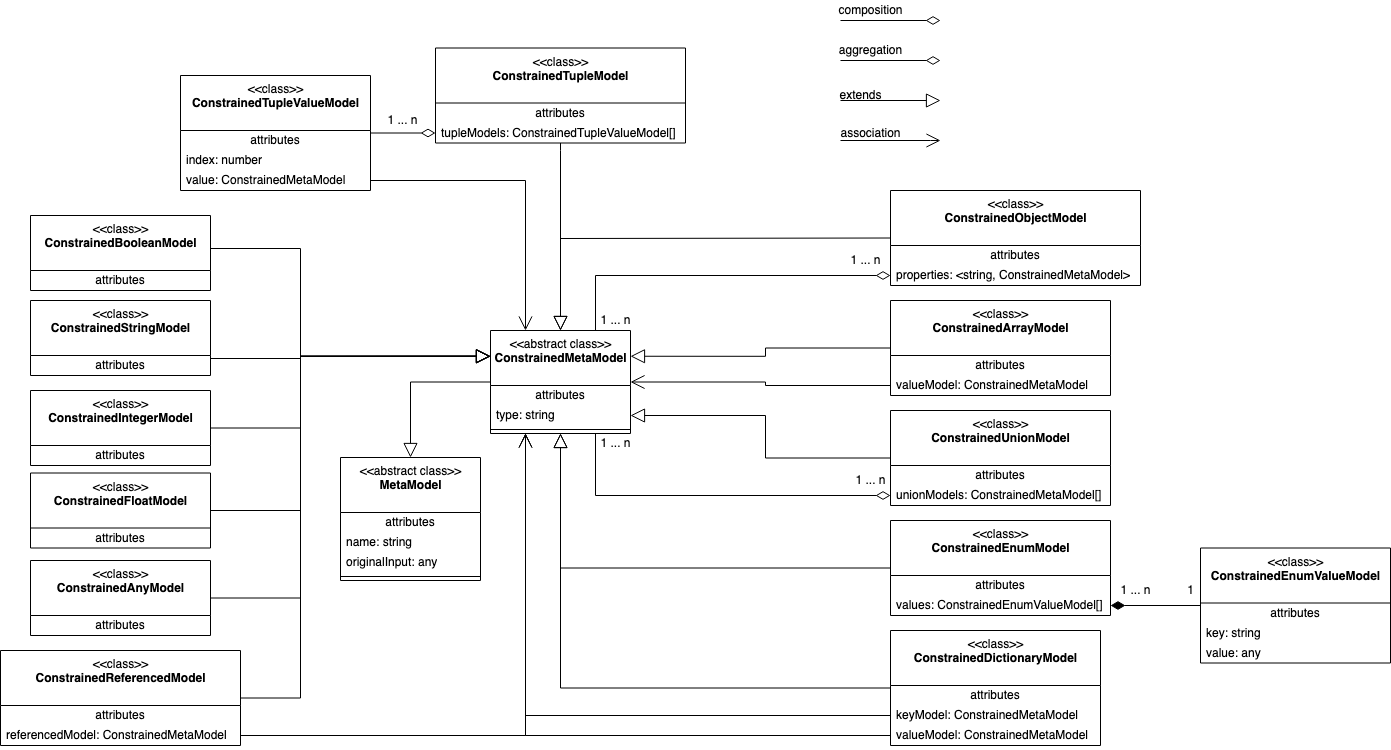
Earlier version of the draw.io export docs/img/ConstrainedMetaModel.png (asyncapi/modelina). Source tidied: cells renumbered, new cells last; positions are measured from the earlier drawing's top-left corner, leaving out a move shared by most shapes.
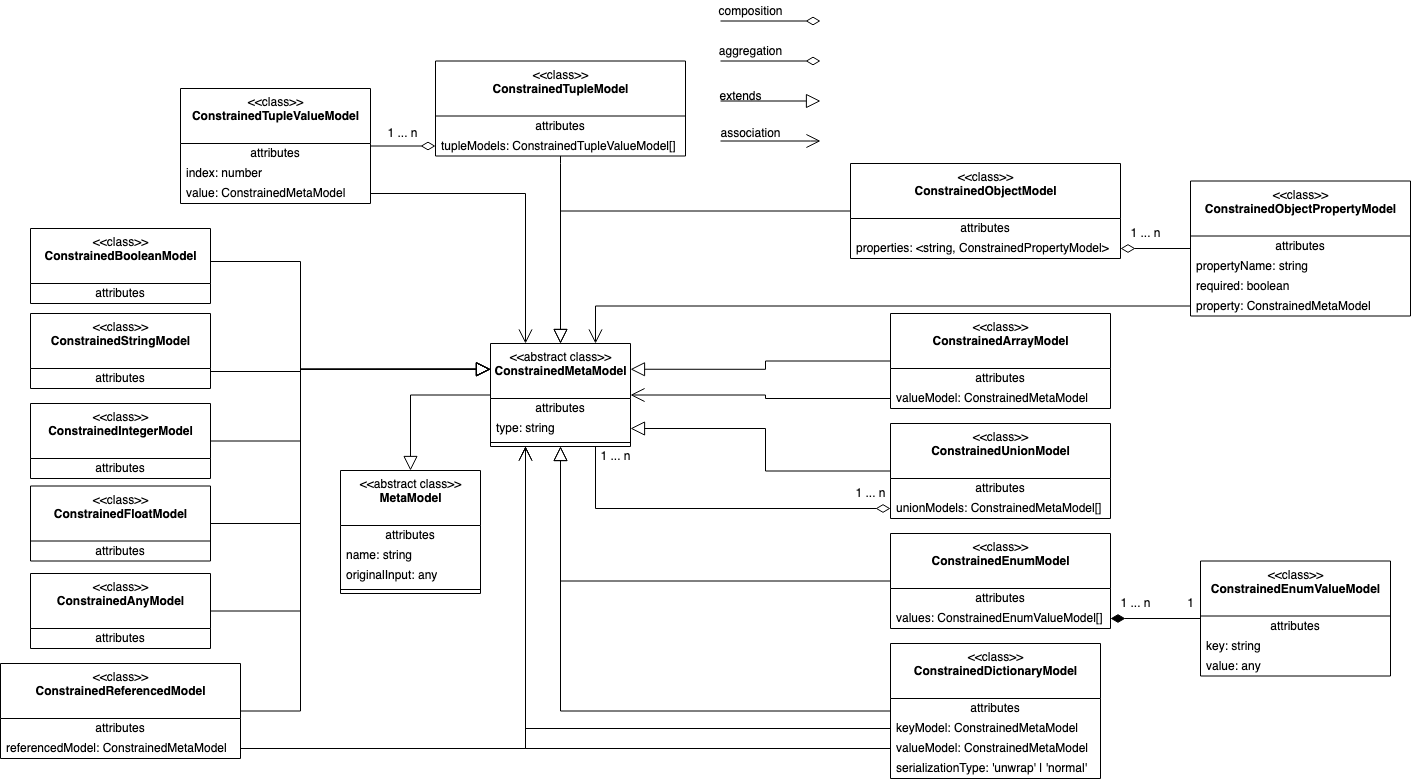
Later version of the same file.

Change to the diagram source:
```diff
@@ -21,7 +21,7 @@
       <mxGeometry relative="1" as="geometry" />
     </mxCell>
     <mxCell id="8" value="&amp;lt;&amp;lt;class&amp;gt;&amp;gt;&lt;br&gt;&lt;b&gt;&lt;b&gt;&lt;b&gt;Constrained&lt;/b&gt;&lt;/b&gt;DictionaryModel&lt;/b&gt;" style="swimlane;fontStyle=0;align=center;verticalAlign=top;horizontal=1;startSize=55;html=1;" parent="1" vertex="1">
-      <mxGeometry x="890" y="630" width="210" height="115" as="geometry" />
+      <mxGeometry x="890" y="630" width="210" height="135" as="geometry" />
     </mxCell>
     <mxCell id="9" value="attributes" style="text;html=1;strokeColor=none;fillColor=none;align=center;verticalAlign=middle;spacingLeft=4;spacingRight=4;overflow=hidden;" parent="8" vertex="1">
       <mxGeometry y="55" width="210" height="20" as="geometry" />
@@ -32,6 +32,9 @@
     <mxCell id="11" value="valueModel: ConstrainedMetaModel" style="text;html=1;strokeColor=none;fillColor=none;align=left;verticalAlign=middle;spacingLeft=4;spacingRight=4;overflow=hidden;points=[[0,0.5],[1,0.5]];portConstraint=eastwest;" parent="8" vertex="1">
       <mxGeometry y="95" width="210" height="20" as="geometry" />
     </mxCell>
+    <mxCell id="88" value="serializationType: 'unwrap' | 'normal'" style="text;html=1;strokeColor=none;fillColor=none;align=left;verticalAlign=middle;spacingLeft=4;spacingRight=4;overflow=hidden;" parent="8" vertex="1">
+      <mxGeometry y="115" width="210" height="20" as="geometry" />
+    </mxCell>
     <mxCell id="12" style="edgeStyle=orthogonalEdgeStyle;rounded=0;jettySize=auto;html=1;endArrow=block;endFill=0;entryX=0.5;entryY=0;entryDx=0;entryDy=0;startArrow=none;exitX=0.5;exitY=1;exitDx=0;exitDy=0;endSize=12;startSize=12;" parent="1" edge="1" source="50" target="3">
       <mxGeometry relative="1" as="geometry">
         <Array as="points">
@@ -43,19 +46,18 @@
     <mxCell id="13" style="edgeStyle=orthogonalEdgeStyle;rounded=0;jumpStyle=arc;jettySize=auto;html=1;entryX=0.5;entryY=0;entryDx=0;entryDy=0;endArrow=block;endFill=0;exitX=0;exitY=0.5;exitDx=0;exitDy=0;endSize=12;startSize=12;" parent="1" edge="1" source="14" target="3">
       <mxGeometry relative="1" as="geometry">
         <Array as="points">
-          <mxPoint x="590" y="238" />
-          <mxPoint x="560" y="238" />
+          <mxPoint x="560" y="198" />
         </Array>
       </mxGeometry>
     </mxCell>
     <mxCell id="14" value="&amp;lt;&amp;lt;class&amp;gt;&amp;gt;&lt;br&gt;&lt;b&gt;&lt;b&gt;&lt;b&gt;Constrained&lt;/b&gt;&lt;/b&gt;ObjectModel&lt;/b&gt;" style="swimlane;fontStyle=0;align=center;verticalAlign=top;horizontal=1;startSize=55;html=1;" parent="1" vertex="1">
-      <mxGeometry x="890" y="190" width="250" height="95" as="geometry" />
+      <mxGeometry x="850" y="150" width="270" height="95" as="geometry" />
     </mxCell>
     <mxCell id="15" value="attributes" style="text;html=1;strokeColor=none;fillColor=none;align=center;verticalAlign=middle;spacingLeft=4;spacingRight=4;overflow=hidden;" parent="14" vertex="1">
-      <mxGeometry y="55" width="250" height="20" as="geometry" />
+      <mxGeometry y="55" width="270" height="20" as="geometry" />
     </mxCell>
-    <mxCell id="16" value="properties: &amp;lt;string, ConstrainedMetaModel&amp;gt;" style="text;html=1;strokeColor=none;fillColor=none;align=left;verticalAlign=middle;spacingLeft=4;spacingRight=4;overflow=hidden;points=[[0,0.5],[1,0.5]];portConstraint=eastwest;" parent="14" vertex="1">
-      <mxGeometry y="75" width="250" height="20" as="geometry" />
+    <mxCell id="16" value="properties: &amp;lt;string, ConstrainedPropertyModel&amp;gt;" style="text;html=1;strokeColor=none;fillColor=none;align=left;verticalAlign=middle;spacingLeft=4;spacingRight=4;overflow=hidden;points=[[0,0.5],[1,0.5]];portConstraint=eastwest;" parent="14" vertex="1">
+      <mxGeometry y="75" width="270" height="20" as="geometry" />
     </mxCell>
     <mxCell id="17" style="edgeStyle=orthogonalEdgeStyle;rounded=0;jettySize=auto;html=1;endArrow=block;endFill=0;entryX=0;entryY=0.25;entryDx=0;entryDy=0;endSize=12;startSize=12;" parent="1" edge="1" source="18" target="3">
       <mxGeometry relative="1" as="geometry">
@@ -145,7 +147,7 @@
     <mxCell id="42" value="valueModel: ConstrainedMetaModel" style="text;html=1;strokeColor=none;fillColor=none;align=left;verticalAlign=middle;spacingLeft=4;spacingRight=4;overflow=hidden;points=[[0,0.5],[1,0.5]];portConstraint=eastwest;" parent="40" vertex="1">
       <mxGeometry y="75" width="220" height="20" as="geometry" />
     </mxCell>
-    <mxCell id="43" style="edgeStyle=orthogonalEdgeStyle;rounded=0;jettySize=auto;html=1;exitX=0;exitY=0.5;exitDx=0;exitDy=0;endArrow=none;endFill=0;startArrow=diamondThin;startFill=0;endSize=12;startSize=12;entryX=0.75;entryY=0;entryDx=0;entryDy=0;" parent="1" edge="1" source="16" target="3">
+    <mxCell id="43" style="edgeStyle=orthogonalEdgeStyle;rounded=0;jettySize=auto;html=1;exitX=1;exitY=0.5;exitDx=0;exitDy=0;endArrow=none;endFill=0;startArrow=diamondThin;startFill=0;endSize=12;startSize=12;" parent="1" edge="1" source="16" target="89">
       <mxGeometry relative="1" as="geometry" />
     </mxCell>
     <mxCell id="44" style="edgeStyle=orthogonalEdgeStyle;rounded=0;jettySize=auto;html=1;endArrow=none;endFill=0;startSize=12;endSize=12;exitX=0;exitY=0.5;exitDx=0;exitDy=0;startArrow=diamondThin;startFill=0;" parent="1" edge="1" source="52" target="35">
@@ -197,25 +199,25 @@
     </mxCell>
     <mxCell id="58" style="edgeStyle=orthogonalEdgeStyle;rounded=0;jumpStyle=arc;orthogonalLoop=1;jettySize=auto;html=1;endArrow=block;endFill=0;endSize=12;startSize=12;" parent="1" edge="1">
       <mxGeometry relative="1" as="geometry">
-        <mxPoint x="840" y="100" as="sourcePoint" />
-        <mxPoint x="940" y="100" as="targetPoint" />
+        <mxPoint x="720" y="87.5" as="sourcePoint" />
+        <mxPoint x="820" y="87.5" as="targetPoint" />
         <Array as="points">
-          <mxPoint x="880" y="100" />
-          <mxPoint x="880" y="100" />
+          <mxPoint x="760" y="87.5" />
+          <mxPoint x="760" y="87.5" />
         </Array>
       </mxGeometry>
     </mxCell>
     <mxCell id="59" value="extends" style="text;html=1;align=center;verticalAlign=middle;strokeColor=none;fillColor=none;" parent="1" vertex="1">
-      <mxGeometry x="830" y="85" width="60" height="20" as="geometry" />
+      <mxGeometry x="710" y="72.5" width="60" height="20" as="geometry" />
     </mxCell>
     <mxCell id="60" style="edgeStyle=orthogonalEdgeStyle;rounded=0;orthogonalLoop=1;jettySize=auto;html=1;endArrow=none;endFill=0;startArrow=diamondThin;startFill=0;endSize=12;startSize=12;" parent="1" edge="1">
       <mxGeometry relative="1" as="geometry">
-        <mxPoint x="940" y="60" as="sourcePoint" />
-        <mxPoint x="840" y="60" as="targetPoint" />
+        <mxPoint x="820" y="47.5" as="sourcePoint" />
+        <mxPoint x="720" y="47.5" as="targetPoint" />
       </mxGeometry>
     </mxCell>
     <mxCell id="61" value="aggregation" style="text;html=1;align=center;verticalAlign=middle;strokeColor=none;fillColor=none;" parent="1" vertex="1">
-      <mxGeometry x="830" y="40" width="80" height="20" as="geometry" />
+      <mxGeometry x="710" y="27.5" width="80" height="20" as="geometry" />
     </mxCell>
     <mxCell id="62" style="edgeStyle=orthogonalEdgeStyle;rounded=0;jettySize=auto;html=1;exitX=1;exitY=0.5;exitDx=0;exitDy=0;entryX=0.25;entryY=1;entryDx=0;entryDy=0;endArrow=open;endFill=0;" parent="1" edge="1" source="57" target="3">
       <mxGeometry relative="1" as="geometry" />
@@ -226,36 +228,33 @@
     <mxCell id="64" value="1 ... n" style="text;html=1;align=center;verticalAlign=middle;strokeColor=none;fillColor=none;" parent="1" vertex="1">
       <mxGeometry x="590" y="433" width="50" height="20" as="geometry" />
     </mxCell>
-    <mxCell id="65" value="1 ... n" style="text;html=1;align=center;verticalAlign=middle;strokeColor=none;fillColor=none;" parent="1" vertex="1">
-      <mxGeometry x="840" y="250" width="50" height="20" as="geometry" />
-    </mxCell>
     <mxCell id="66" value="1 ... n" style="text;html=1;align=center;verticalAlign=middle;strokeColor=none;fillColor=none;" parent="1" vertex="1">
-      <mxGeometry x="590" y="310" width="50" height="20" as="geometry" />
+      <mxGeometry x="1120" y="210" width="50" height="20" as="geometry" />
     </mxCell>
     <mxCell id="67" value="1 ... n" style="text;html=1;align=center;verticalAlign=middle;strokeColor=none;fillColor=none;" parent="1" vertex="1">
       <mxGeometry x="377" y="110" width="50" height="20" as="geometry" />
     </mxCell>
     <mxCell id="68" style="edgeStyle=orthogonalEdgeStyle;rounded=0;orthogonalLoop=1;jettySize=auto;html=1;endArrow=open;endFill=0;endSize=12;startSize=12;" parent="1" edge="1">
       <mxGeometry relative="1" as="geometry">
-        <mxPoint x="840" y="140" as="sourcePoint" />
-        <mxPoint x="940" y="140" as="targetPoint" />
+        <mxPoint x="720" y="127.5" as="sourcePoint" />
+        <mxPoint x="820" y="127.5" as="targetPoint" />
         <Array as="points">
-          <mxPoint x="930" y="140" />
-          <mxPoint x="930" y="140" />
+          <mxPoint x="810" y="127.5" />
+          <mxPoint x="810" y="127.5" />
         </Array>
       </mxGeometry>
     </mxCell>
     <mxCell id="69" value="association" style="text;html=1;align=center;verticalAlign=middle;strokeColor=none;fillColor=none;" parent="1" vertex="1">
-      <mxGeometry x="830" y="122.5" width="80" height="20" as="geometry" />
+      <mxGeometry x="710" y="110" width="80" height="20" as="geometry" />
     </mxCell>
     <mxCell id="70" style="edgeStyle=orthogonalEdgeStyle;rounded=0;orthogonalLoop=1;jettySize=auto;html=1;endArrow=none;endFill=0;startArrow=diamondThin;startFill=0;endSize=12;startSize=12;" parent="1" edge="1">
       <mxGeometry relative="1" as="geometry">
-        <mxPoint x="940" y="20" as="sourcePoint" />
-        <mxPoint x="840" y="20" as="targetPoint" />
+        <mxPoint x="820" y="7.5" as="sourcePoint" />
+        <mxPoint x="720" y="7.5" as="targetPoint" />
       </mxGeometry>
     </mxCell>
     <mxCell id="71" value="composition" style="text;html=1;align=center;verticalAlign=middle;strokeColor=none;fillColor=none;" parent="1" vertex="1">
-      <mxGeometry x="830" width="80" height="20" as="geometry" />
+      <mxGeometry x="710" y="-12.5" width="80" height="20" as="geometry" />
     </mxCell>
     <mxCell id="72" value="1" style="text;html=1;align=center;verticalAlign=middle;strokeColor=none;fillColor=none;" parent="1" vertex="1">
       <mxGeometry x="1180" y="580" width="20" height="20" as="geometry" />
@@ -320,5 +319,23 @@
     <mxCell id="87" value="attributes" style="text;html=1;strokeColor=none;fillColor=none;align=center;verticalAlign=middle;spacingLeft=4;spacingRight=4;overflow=hidden;" parent="86" vertex="1">
       <mxGeometry y="55" width="180" height="20" as="geometry" />
     </mxCell>
+    <mxCell id="89" value="&amp;lt;&amp;lt;class&amp;gt;&amp;gt;&lt;br&gt;&lt;b&gt;ConstrainedObjectPropertyModel&lt;/b&gt;" style="swimlane;fontStyle=0;align=center;verticalAlign=top;horizontal=1;startSize=55;html=1;" parent="1" vertex="1">
+      <mxGeometry x="1190" y="167.5" width="220" height="135" as="geometry" />
+    </mxCell>
+    <mxCell id="90" value="attributes" style="text;html=1;strokeColor=none;fillColor=none;align=center;verticalAlign=middle;spacingLeft=4;spacingRight=4;overflow=hidden;" parent="89" vertex="1">
+      <mxGeometry y="55" width="220" height="20" as="geometry" />
+    </mxCell>
+    <mxCell id="91" value="propertyName: string" style="text;html=1;strokeColor=none;fillColor=none;align=left;verticalAlign=middle;spacingLeft=4;spacingRight=4;overflow=hidden;" parent="89" vertex="1">
+      <mxGeometry y="75" width="220" height="20" as="geometry" />
+    </mxCell>
+    <mxCell id="92" value="required: boolean" style="text;html=1;strokeColor=none;fillColor=none;align=left;verticalAlign=middle;spacingLeft=4;spacingRight=4;overflow=hidden;" parent="89" vertex="1">
+      <mxGeometry y="95" width="220" height="20" as="geometry" />
+    </mxCell>
+    <mxCell id="93" value="property: ConstrainedMetaModel" style="text;html=1;strokeColor=none;fillColor=none;align=left;verticalAlign=middle;spacingLeft=4;spacingRight=4;overflow=hidden;points=[[0,0.5],[1,0.5]];portConstraint=eastwest;" parent="89" vertex="1">
+      <mxGeometry y="115" width="220" height="20" as="geometry" />
+    </mxCell>
+    <mxCell id="94" style="edgeStyle=orthogonalEdgeStyle;rounded=0;jumpStyle=arc;jettySize=auto;html=1;exitX=0.75;exitY=0;exitDx=0;exitDy=0;entryX=0;entryY=0.5;entryDx=0;entryDy=0;startArrow=open;startFill=0;endArrow=none;endFill=0;startSize=12;endSize=12;" parent="1" edge="1" source="3" target="93">
+      <mxGeometry relative="1" as="geometry" />
+    </mxCell>
   </root>
 </mxGraphModel>
```
